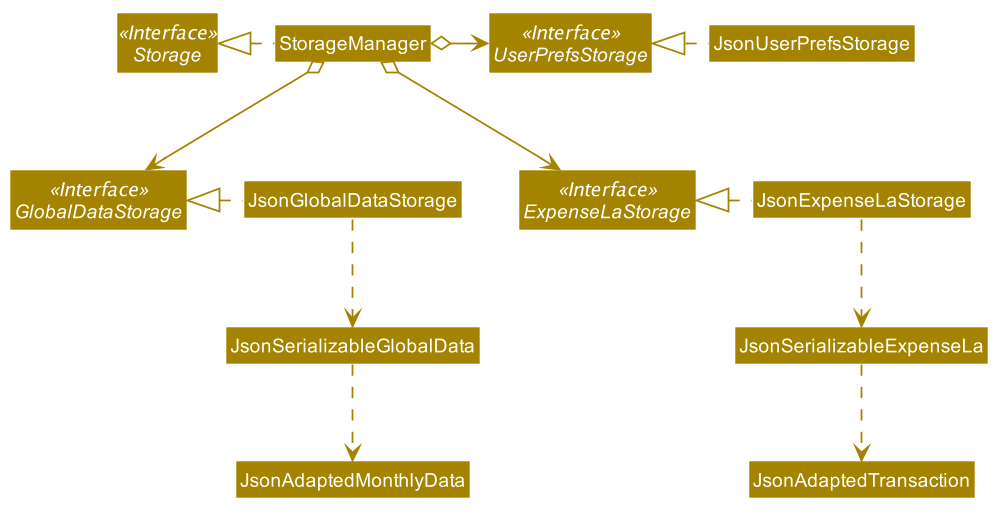
Earlier version of the PlantUML export images/StorageClassDiagram.png (AY1920S2-CS2103-T09-3/main).
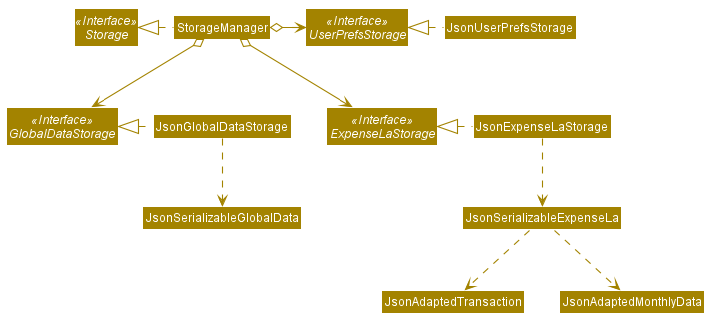
Later version of the same file.

Diff of the diagram source:
```diff
@@ -68,9 +68,9 @@
 JsonUserPrefsStorage .left.|> UserPrefsStorage
 JsonExpenseLaStorage .left.|> ExpenseLaStorage
 JsonExpenseLaStorage .down.> JsonSerializableExpenseLa
-
 JsonSerializableExpenseLa .down.> JsonAdaptedTransaction
 JsonGlobalDataStorage .left.|> GlobalDataStorage
 JsonGlobalDataStorage .down.> JsonSerializableGlobalData
-JsonSerializableGlobalData .down.>JsonAdaptedMonthlyData
+JsonSerializableExpenseLa .down.>JsonAdaptedMonthlyData
+
 @enduml
```
